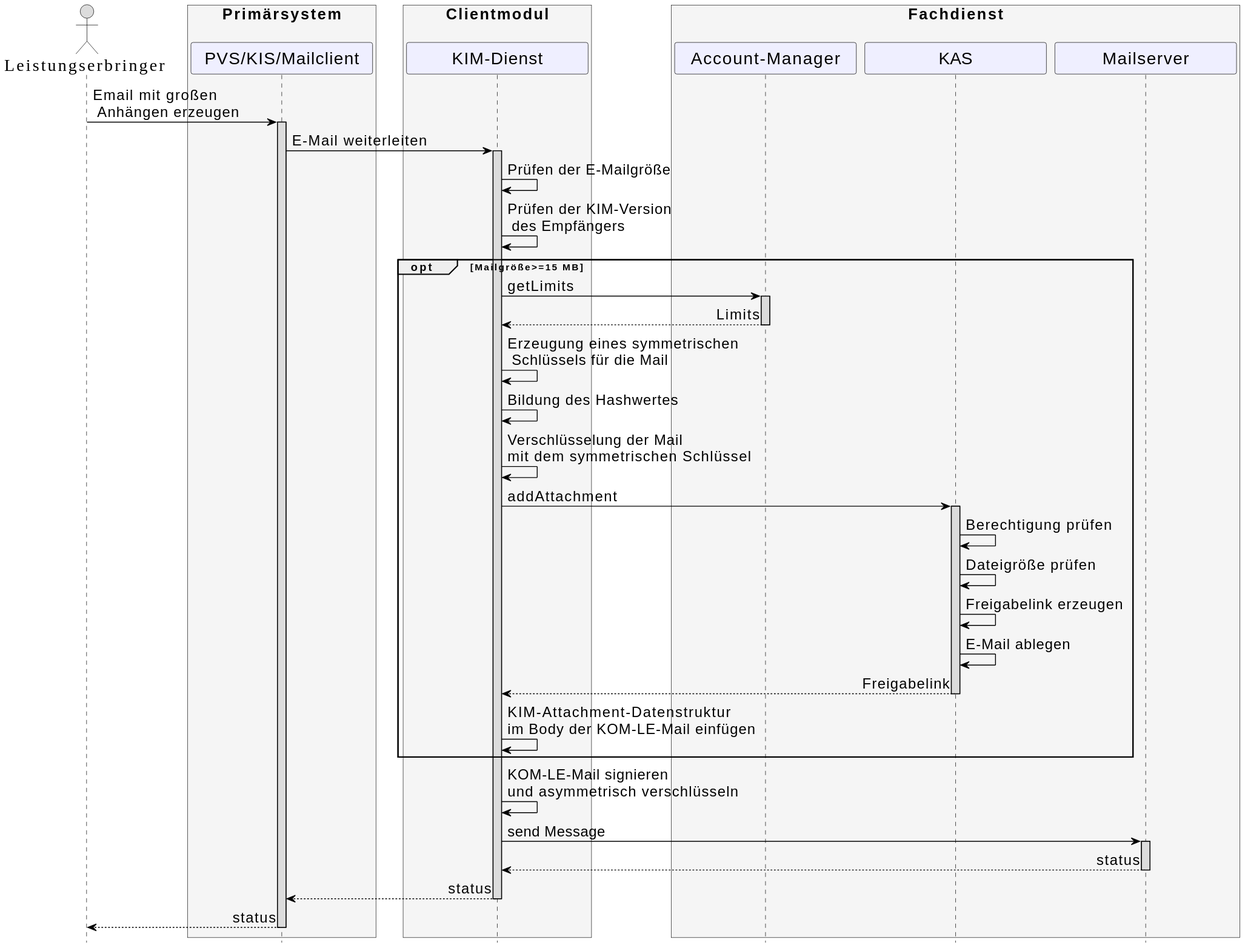
Above: images/diagrams/Fachdienst/Seq_kas_email_senden.svg in gematik/api-kim (PlantUML), before the change.
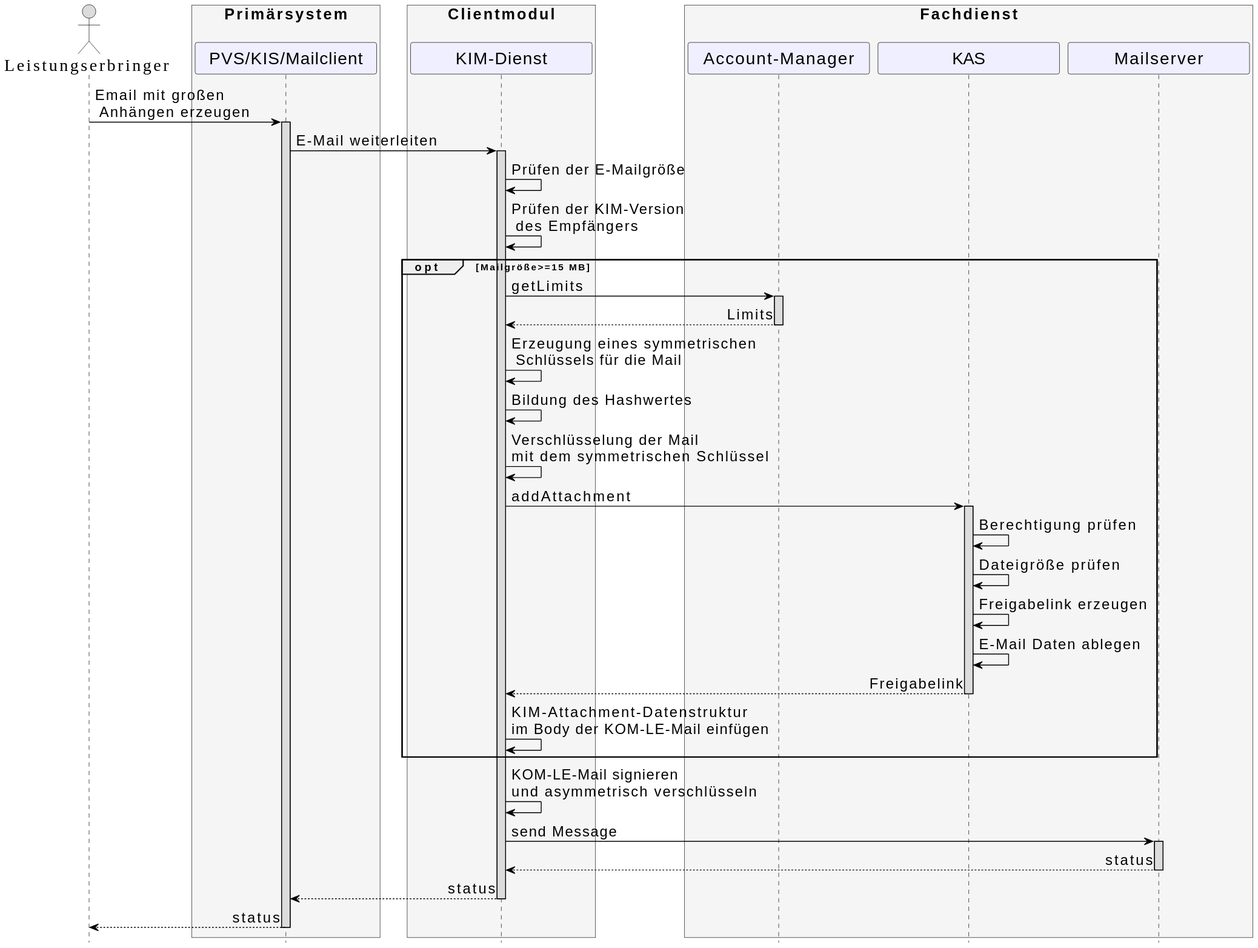
After the commit.

Diff of the diagram source:
```diff
@@ -1,4 +1,6 @@
 @startuml
+
+
 skinparam sequenceMessageAlign direction
 skinparam minClassWidth 200
 skinparam BoxPadding 15
@@ -57,7 +59,7 @@
  K->K: Berechtigung prüfen
  K->K: Dateigröße prüfen
  K->K: Freigabelink erzeugen
- K->K: E-Mail ablegen
+ K->K: E-Mail Daten ablegen
  K-->KM: Freigabelink
  deactivate K
  KM->KM: KIM-Attachment-Datenstruktur \nim Body der KOM-LE-Mail einfügen
```
